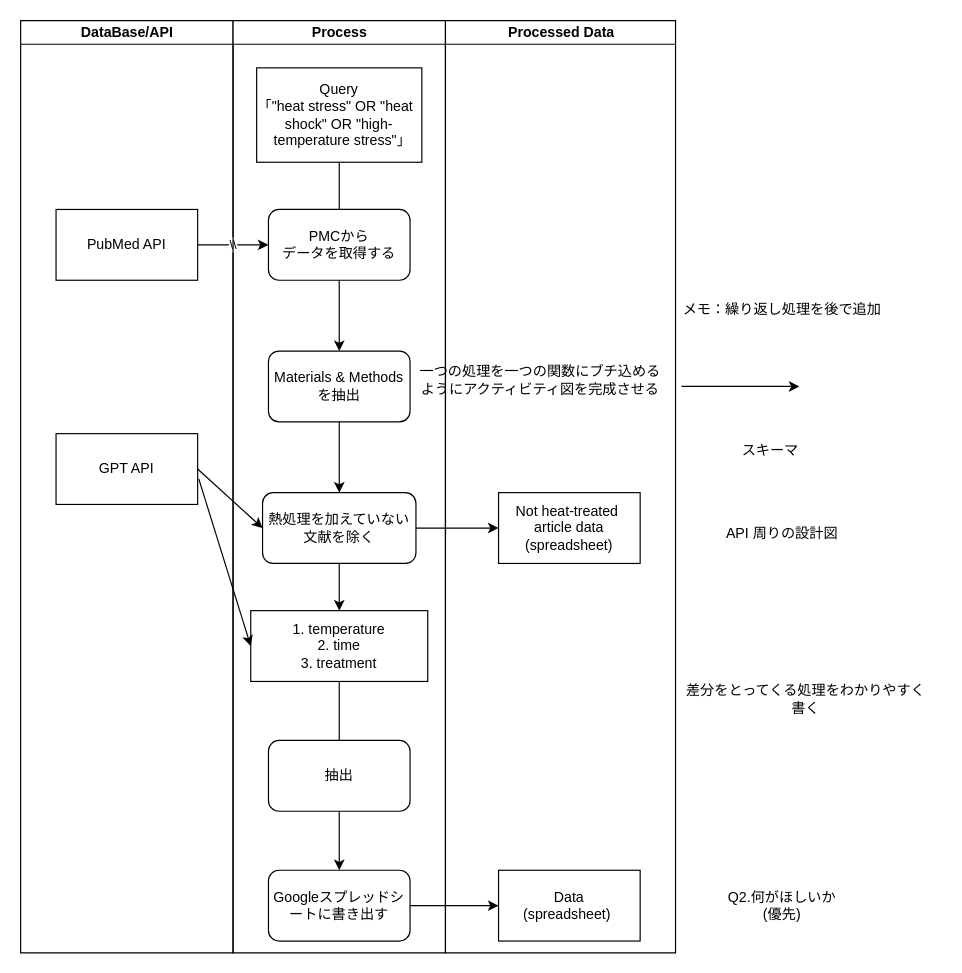
Before: documents/yonezawa.drawio in dogrun-inc/research_extract, a draw.io diagram. Source tidied: cells renumbered, new cells numbered last; positions are measured from the earlier drawing's top-left corner, leaving out a move shared by most shapes. Both pictures are drawn from the tidied source at 118%, with x=0, y=0 at pixel (20, 20).
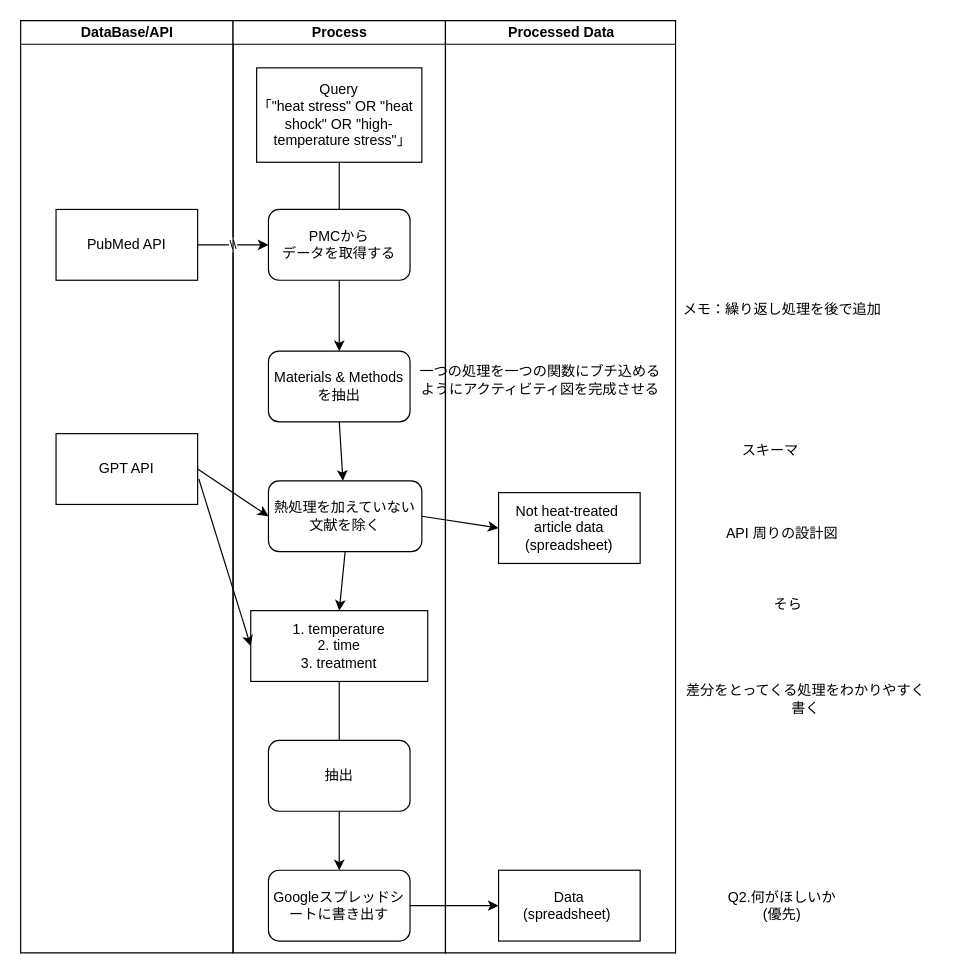
Above is the later version.

The change refers to these unchanged cells:
```xml
<mxCell id="7" value="Process&lt;br&gt;" style="swimlane;startSize=20;html=1;" parent="1" vertex="1">
  <mxGeometry x="180" width="180" height="790" as="geometry" />
</mxCell>
```

Change to the diagram source:
```diff
@@
     <mxCell id="10" value="熱処理を加えていない文献を除く" style="rounded=1;whiteSpace=wrap;html=1;" parent="7" vertex="1">
-      <mxGeometry x="25" y="400" width="130" height="60" as="geometry" />
+      <mxGeometry x="30" y="390" width="130" height="60" as="geometry" />
     </mxCell>
@@
-    <mxCell id="31" style="edgeStyle=none;orthogonalLoop=1;jettySize=auto;html=1;" parent="1" edge="1">
-      <mxGeometry relative="1" as="geometry">
-        <mxPoint x="560" y="310" as="sourcePoint" />
-        <mxPoint x="660" y="310" as="targetPoint" />
-      </mxGeometry>
-    </mxCell>
@@
+    <mxCell id="34" value="そら" style="text;html=1;align=center;verticalAlign=middle;strokeColor=none;fillColor=none;" parent="1" vertex="1">
+      <mxGeometry x="625" y="480" width="50" height="30" as="geometry" />
+    </mxCell>
```
